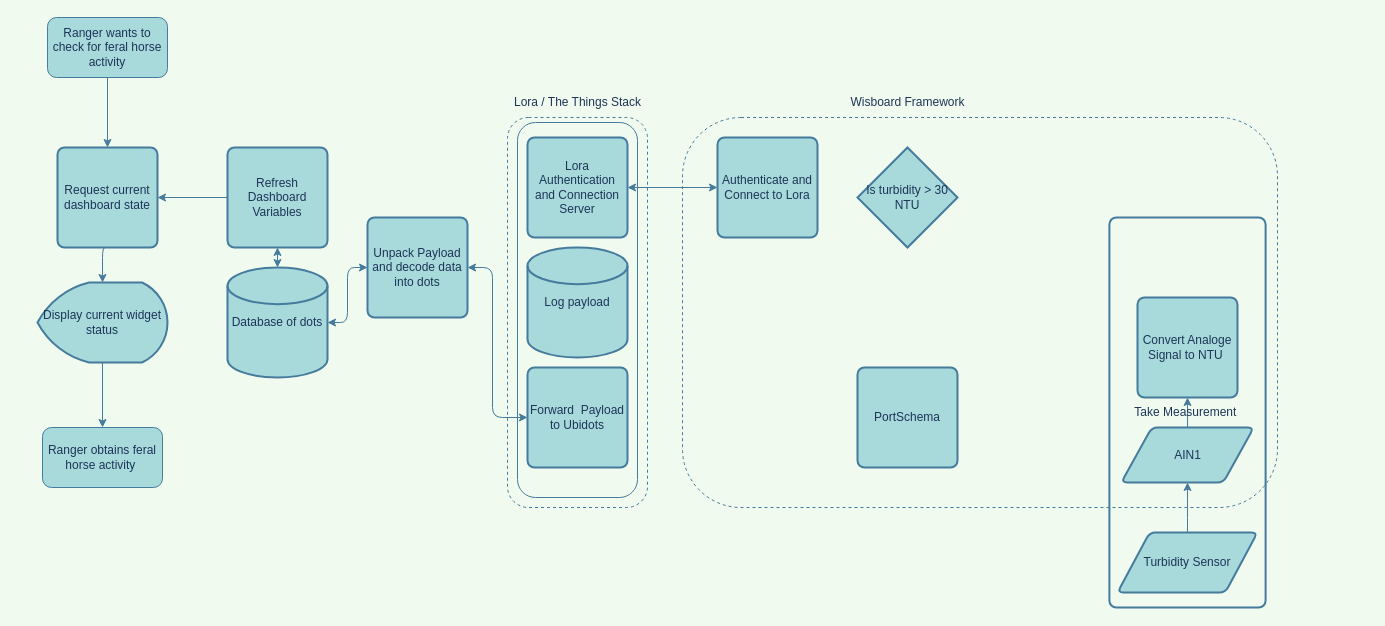
Above: BlockDiagram.drawio in trashmode/DESN2000 (draw.io), before the change. Source tidied: cells renumbered, new cells numbered last; positions are measured from the earlier drawing's top-left corner, leaving out a move shared by most shapes. Both pictures are drawn from the tidied source at 100%, with x=0, y=0 at pixel (37, 17).
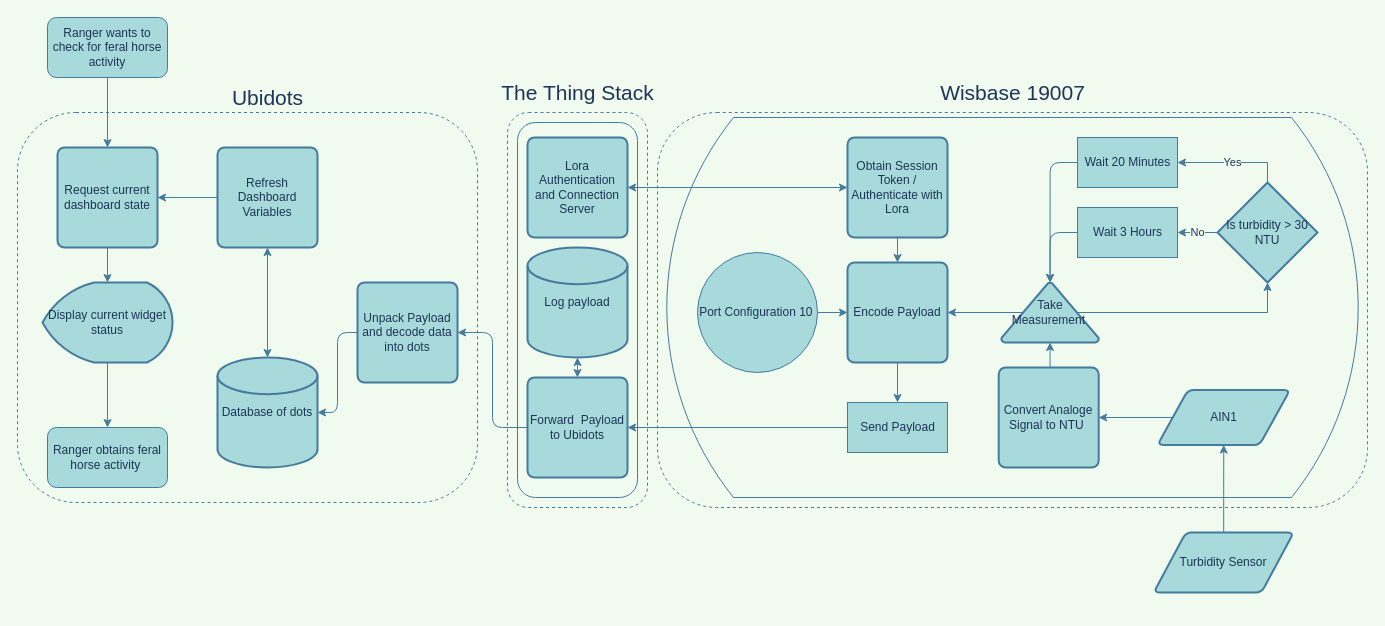
After the change.

Unchanged cells that the change refers to:
```xml
<mxCell id="17" value="Lora Authentication and Connection Server" style="rounded=1;whiteSpace=wrap;html=1;absoluteArcSize=1;arcSize=14;strokeWidth=2;fillColor=#A8DADC;strokeColor=#457B9D;fontColor=#1D3557;" parent="1" vertex="1">
  <mxGeometry x="490" y="120" width="100" height="100" as="geometry" />
</mxCell>
<mxCell id="18" value="Log payload" style="strokeWidth=2;html=1;shape=mxgraph.flowchart.database;whiteSpace=wrap;fillColor=#A8DADC;strokeColor=#457B9D;fontColor=#1D3557;rounded=1;" parent="1" vertex="1">
  <mxGeometry x="490" y="230" width="100" height="110" as="geometry" />
</mxCell>
```

Change to the diagram source:
```diff
@@
+    <mxCell id="35" style="rounded=1;whiteSpace=wrap;html=1;dashed=1;fillColor=none;strokeColor=#457B9D;fontColor=#1D3557;arcSize=15;" parent="1" vertex="1">
+      <mxGeometry x="-20" y="95" width="460" height="390" as="geometry" />
+    </mxCell>
+    <mxCell id="36" style="html=1;dashed=0;whitespace=wrap;shape=mxgraph.dfd.loop;labelBackgroundColor=none;strokeColor=#457B9D;fontColor=#1D3557;fillColor=none;sketch=0;" parent="1" vertex="1">
+      <mxGeometry x="620" y="100" width="710" height="380" as="geometry" />
+    </mxCell>
     <mxCell id="2" style="rounded=1;whiteSpace=wrap;html=1;dashed=1;fillColor=none;strokeColor=#457B9D;fontColor=#1D3557;" parent="1" vertex="1">
-      <mxGeometry x="470" y="100" width="140" height="390" as="geometry" />
+      <mxGeometry x="470" y="95" width="140" height="395" as="geometry" />
     </mxCell>
@@
     <mxCell id="4" style="rounded=1;whiteSpace=wrap;html=1;dashed=1;fillColor=none;strokeColor=#457B9D;fontColor=#1D3557;" parent="1" vertex="1">
-      <mxGeometry x="645" y="100" width="595" height="390" as="geometry" />
+      <mxGeometry x="620" y="95" width="710" height="395" as="geometry" />
     </mxCell>
@@
     <mxCell id="8" value="Refresh Dashboard Variables" style="rounded=1;whiteSpace=wrap;html=1;absoluteArcSize=1;arcSize=14;strokeWidth=2;fillColor=#A8DADC;strokeColor=#457B9D;fontColor=#1D3557;" parent="1" vertex="1">
-      <mxGeometry x="190" y="130" width="100" height="100" as="geometry" />
+      <mxGeometry x="180" y="130" width="100" height="100" as="geometry" />
     </mxCell>
@@
     <mxCell id="10" value="Display current widget status" style="strokeWidth=2;html=1;shape=mxgraph.flowchart.display;whiteSpace=wrap;fillColor=#A8DADC;strokeColor=#457B9D;fontColor=#1D3557;rounded=1;" parent="1" vertex="1">
-      <mxGeometry y="265" width="130" height="80" as="geometry" />
+      <mxGeometry x="5" y="265" width="130" height="80" as="geometry" />
     </mxCell>
@@
     <mxCell id="14" value="Database of dots" style="strokeWidth=2;html=1;shape=mxgraph.flowchart.database;whiteSpace=wrap;fillColor=#A8DADC;strokeColor=#457B9D;fontColor=#1D3557;rounded=1;" parent="1" vertex="1">
-      <mxGeometry x="190" y="250" width="100" height="110" as="geometry" />
+      <mxGeometry x="180" y="340" width="100" height="110" as="geometry" />
     </mxCell>
-    <mxCell id="15" style="edgeStyle=orthogonalEdgeStyle;rounded=1;jettySize=auto;html=1;exitX=0;exitY=0.5;exitDx=0;exitDy=0;entryX=1;entryY=0.5;entryDx=0;entryDy=0;entryPerimeter=0;startArrow=classic;startFill=1;labelBackgroundColor=#F1FAEE;strokeColor=#457B9D;fontColor=#1D3557;" parent="1" edge="1" source="16" target="14">
+    <mxCell id="15" style="edgeStyle=orthogonalEdgeStyle;rounded=1;jettySize=auto;html=1;exitX=0;exitY=0.5;exitDx=0;exitDy=0;entryX=1;entryY=0.5;entryDx=0;entryDy=0;entryPerimeter=0;startArrow=none;startFill=0;labelBackgroundColor=#F1FAEE;strokeColor=#457B9D;fontColor=#1D3557;" parent="1" edge="1" source="16" target="14">
       <mxGeometry relative="1" as="geometry" />
     </mxCell>
     <mxCell id="16" value="Unpack Payload and decode data into dots" style="rounded=1;whiteSpace=wrap;html=1;absoluteArcSize=1;arcSize=14;strokeWidth=2;fillColor=#A8DADC;strokeColor=#457B9D;fontColor=#1D3557;" parent="1" vertex="1">
-      <mxGeometry x="330" y="200" width="100" height="100" as="geometry" />
+      <mxGeometry x="320" y="265" width="100" height="100" as="geometry" />
     </mxCell>
@@
-    <mxCell id="19" value="PortSchema" style="rounded=1;whiteSpace=wrap;html=1;absoluteArcSize=1;arcSize=14;strokeWidth=2;fillColor=#A8DADC;strokeColor=#457B9D;fontColor=#1D3557;" parent="1" vertex="1">
-      <mxGeometry x="820" y="350" width="100" height="100" as="geometry" />
-    </mxCell>
-    <mxCell id="20" style="edgeStyle=orthogonalEdgeStyle;rounded=0;jettySize=auto;html=1;exitX=0;exitY=0.5;exitDx=0;exitDy=0;entryX=1;entryY=0.5;entryDx=0;entryDy=0;strokeColor=#457B9D;fontColor=#1D3557;fillColor=#A8DADC;startArrow=classic;startFill=1;" parent="1" edge="1" source="21" target="17">
+    <mxCell id="20" style="edgeStyle=orthogonalEdgeStyle;rounded=0;jettySize=auto;html=1;exitX=0;exitY=0.5;exitDx=0;exitDy=0;entryX=1;entryY=0.5;entryDx=0;entryDy=0;strokeColor=#457B9D;fontColor=#1D3557;fillColor=#A8DADC;startArrow=classic;startFill=1;labelBackgroundColor=#F1FAEE;" parent="1" edge="1" source="21" target="17">
       <mxGeometry relative="1" as="geometry" />
     </mxCell>
+    <mxCell id="37" style="edgeStyle=orthogonalEdgeStyle;rounded=0;jettySize=auto;html=1;exitX=0.5;exitY=1;exitDx=0;exitDy=0;entryX=0.5;entryY=0;entryDx=0;entryDy=0;strokeColor=#457B9D;fontColor=#1D3557;startArrow=none;startFill=0;fillColor=#A8DADC;labelBackgroundColor=#F1FAEE;" parent="1" edge="1" source="21" target="45">
+      <mxGeometry relative="1" as="geometry" />
+    </mxCell>
-    <mxCell id="21" value="Authenticate and Connect to Lora" style="rounded=1;whiteSpace=wrap;html=1;absoluteArcSize=1;arcSize=14;strokeWidth=2;fillColor=#A8DADC;strokeColor=#457B9D;fontColor=#1D3557;" parent="1" vertex="1">
-      <mxGeometry x="680" y="120" width="100" height="100" as="geometry" />
+    <mxCell id="21" value="Obtain Session Token / Authenticate with Lora" style="rounded=1;whiteSpace=wrap;html=1;absoluteArcSize=1;arcSize=14;strokeWidth=2;fillColor=#A8DADC;strokeColor=#457B9D;fontColor=#1D3557;" parent="1" vertex="1">
+      <mxGeometry x="810" y="120" width="100" height="100" as="geometry" />
     </mxCell>
+    <mxCell id="38" value="No" style="edgeStyle=orthogonalEdgeStyle;rounded=0;jettySize=auto;html=1;exitX=0;exitY=0.5;exitDx=0;exitDy=0;exitPerimeter=0;entryX=1;entryY=0.5;entryDx=0;entryDy=0;strokeColor=#457B9D;fontColor=#1D3557;startArrow=none;startFill=0;fillColor=#A8DADC;labelBackgroundColor=#F1FAEE;" parent="1" edge="1" source="22" target="51">
+      <mxGeometry relative="1" as="geometry" />
+    </mxCell>
+    <mxCell id="39" value="Yes" style="edgeStyle=orthogonalEdgeStyle;rounded=0;jettySize=auto;html=1;exitX=0.5;exitY=0;exitDx=0;exitDy=0;exitPerimeter=0;entryX=1;entryY=0.5;entryDx=0;entryDy=0;strokeColor=#457B9D;fontColor=#1D3557;startArrow=none;startFill=0;fillColor=#A8DADC;labelBackgroundColor=#F1FAEE;" parent="1" edge="1" source="22" target="53">
+      <mxGeometry relative="1" as="geometry" />
+    </mxCell>
     <mxCell id="22" value="Is turbidity &amp;gt; 30 NTU" style="strokeWidth=2;html=1;shape=mxgraph.flowchart.decision;whiteSpace=wrap;fillColor=#A8DADC;strokeColor=#457B9D;fontColor=#1D3557;rounded=1;" parent="1" vertex="1">
-      <mxGeometry x="820" y="130" width="100" height="100" as="geometry" />
+      <mxGeometry x="1180" y="165" width="100" height="100" as="geometry" />
     </mxCell>
-    <mxCell id="23" style="edgeStyle=orthogonalEdgeStyle;rounded=1;jettySize=auto;html=1;exitX=0.5;exitY=0;exitDx=0;exitDy=0;entryX=0.5;entryY=1;entryDx=0;entryDy=0;labelBackgroundColor=#F1FAEE;strokeColor=#457B9D;fontColor=#1D3557;" parent="1" edge="1" source="24" target="32">
+    <mxCell id="23" style="edgeStyle=orthogonalEdgeStyle;rounded=0;jettySize=auto;html=1;exitX=0;exitY=0.5;exitDx=0;exitDy=0;entryX=1;entryY=0.5;entryDx=0;entryDy=0;strokeColor=#457B9D;fontColor=#1D3557;startArrow=none;startFill=0;fillColor=#A8DADC;labelBackgroundColor=#F1FAEE;" parent="1" edge="1" source="24" target="32">
       <mxGeometry relative="1" as="geometry" />
     </mxCell>
     <mxCell id="24" value="AIN1" style="shape=parallelogram;html=1;strokeWidth=2;perimeter=parallelogramPerimeter;whiteSpace=wrap;rounded=1;arcSize=12;size=0.23;fillColor=#A8DADC;strokeColor=#457B9D;fontColor=#1D3557;" parent="1" vertex="1">
-      <mxGeometry x="1083.8" y="410" width="132.5" height="55" as="geometry" />
+      <mxGeometry x="1120" y="372.5" width="132.5" height="55" as="geometry" />
     </mxCell>
-    <mxCell id="25" style="edgeStyle=orthogonalEdgeStyle;rounded=1;jettySize=auto;html=1;exitX=0.5;exitY=0;exitDx=0;exitDy=0;entryX=0.5;entryY=1;entryDx=0;entryDy=0;labelBackgroundColor=#F1FAEE;strokeColor=#457B9D;fontColor=#1D3557;" parent="1" edge="1" source="26" target="24">
+    <mxCell id="25" style="edgeStyle=orthogonalEdgeStyle;rounded=0;jettySize=auto;html=1;exitX=0.5;exitY=0;exitDx=0;exitDy=0;entryX=0.5;entryY=1;entryDx=0;entryDy=0;strokeColor=#457B9D;fontColor=#1D3557;startArrow=none;startFill=0;fillColor=#A8DADC;labelBackgroundColor=#F1FAEE;" parent="1" edge="1" source="26" target="24">
       <mxGeometry relative="1" as="geometry" />
     </mxCell>
     <mxCell id="26" value="Turbidity Sensor" style="shape=parallelogram;html=1;strokeWidth=2;perimeter=parallelogramPerimeter;whiteSpace=wrap;rounded=1;arcSize=12;size=0.23;fillColor=#A8DADC;strokeColor=#457B9D;fontColor=#1D3557;" parent="1" vertex="1">
-      <mxGeometry x="1080" y="515" width="140" height="60" as="geometry" />
+      <mxGeometry x="1116.2" y="515" width="140" height="60" as="geometry" />
     </mxCell>
@@
-    <mxCell id="28" style="edgeStyle=orthogonalEdgeStyle;rounded=1;jettySize=auto;html=1;exitX=0;exitY=0.5;exitDx=0;exitDy=0;entryX=1;entryY=0.5;entryDx=0;entryDy=0;startArrow=classic;startFill=1;labelBackgroundColor=#F1FAEE;strokeColor=#457B9D;fontColor=#1D3557;" parent="1" edge="1" source="34" target="16">
-      <mxGeometry relative="1" as="geometry">
-        <Array as="points">
-          <mxPoint x="455" y="400" />
-          <mxPoint x="455" y="250" />
-        </Array>
-      </mxGeometry>
-    </mxCell>
-    <mxCell id="29" value="Wisboard Framework" style="text;html=1;align=center;verticalAlign=middle;strokeColor=none;fillColor=none;fontColor=#1D3557;rounded=1;" parent="1" vertex="1">
-      <mxGeometry x="800" y="70" width="140" height="30" as="geometry" />
+    <mxCell id="29" value="&lt;font style=&quot;font-size: 21px;&quot;&gt;Wisbase 19007&lt;/font&gt;" style="text;html=1;align=center;verticalAlign=middle;strokeColor=none;fillColor=none;fontColor=#1D3557;rounded=1;" parent="1" vertex="1">
+      <mxGeometry x="890" y="55" width="170" height="40" as="geometry" />
     </mxCell>
-    <mxCell id="30" value="Lora / The Things Stack" style="text;html=1;align=center;verticalAlign=middle;strokeColor=none;fillColor=none;fontColor=#1D3557;rounded=1;" parent="1" vertex="1">
-      <mxGeometry x="465" y="70" width="150" height="30" as="geometry" />
+    <mxCell id="30" value="&lt;font style=&quot;font-size: 21px;&quot;&gt;The Thing Stack&lt;/font&gt;" style="text;html=1;align=center;verticalAlign=middle;strokeColor=none;fillColor=none;fontColor=#1D3557;rounded=1;" parent="1" vertex="1">
+      <mxGeometry x="450" y="55" width="180" height="40" as="geometry" />
     </mxCell>
     <mxCell id="31" value="Ranger obtains feral horse activity&amp;nbsp;" style="rounded=1;whiteSpace=wrap;html=1;fillColor=#A8DADC;strokeColor=#457B9D;fontColor=#1D3557;" parent="1" vertex="1">
-      <mxGeometry x="5" y="410" width="120" height="60" as="geometry" />
+      <mxGeometry x="10" y="410" width="120" height="60" as="geometry" />
     </mxCell>
+    <mxCell id="40" style="edgeStyle=orthogonalEdgeStyle;rounded=0;jettySize=auto;html=1;exitX=0.5;exitY=0;exitDx=0;exitDy=0;entryX=0.5;entryY=1;entryDx=0;entryDy=0;entryPerimeter=0;strokeColor=#457B9D;fontColor=#1D3557;startArrow=none;startFill=0;fillColor=#A8DADC;labelBackgroundColor=#F1FAEE;" parent="1" edge="1" source="32" target="33">
+      <mxGeometry relative="1" as="geometry" />
+    </mxCell>
     <mxCell id="32" value="Convert Analoge Signal to NTU&amp;nbsp;" style="rounded=1;whiteSpace=wrap;html=1;absoluteArcSize=1;arcSize=14;strokeWidth=2;fillColor=#A8DADC;strokeColor=#457B9D;fontColor=#1D3557;" parent="1" vertex="1">
-      <mxGeometry x="1100" y="280" width="100" height="100" as="geometry" />
+      <mxGeometry x="961.2" y="350" width="100" height="100" as="geometry" />
     </mxCell>
+    <mxCell id="41" style="edgeStyle=orthogonalEdgeStyle;rounded=0;jettySize=auto;html=1;exitX=0.5;exitY=0;exitDx=0;exitDy=0;entryX=0.5;entryY=1;entryDx=0;entryDy=0;entryPerimeter=0;strokeColor=#457B9D;fontColor=#1D3557;startArrow=classic;startFill=1;fillColor=#A8DADC;labelBackgroundColor=#F1FAEE;" parent="1" edge="1" source="34" target="18">
+      <mxGeometry relative="1" as="geometry" />
+    </mxCell>
+    <mxCell id="28" style="edgeStyle=orthogonalEdgeStyle;rounded=1;jettySize=auto;html=1;exitX=0;exitY=0.5;exitDx=0;exitDy=0;entryX=1;entryY=0.5;entryDx=0;entryDy=0;strokeColor=#457B9D;fontColor=#1D3557;fillColor=#A8DADC;" parent="1" edge="1" source="34" target="16">
+      <mxGeometry relative="1" as="geometry" />
+    </mxCell>
+    <mxCell id="34" value="Forward &amp;nbsp;Payload to Ubidots" style="rounded=1;whiteSpace=wrap;html=1;absoluteArcSize=1;arcSize=14;strokeWidth=2;fillColor=#A8DADC;strokeColor=#457B9D;fontColor=#1D3557;" parent="1" vertex="1">
+      <mxGeometry x="490" y="360" width="100" height="100" as="geometry" />
+    </mxCell>
+    <mxCell id="42" style="edgeStyle=orthogonalEdgeStyle;rounded=0;jettySize=auto;html=1;exitX=0.22;exitY=0.5;exitDx=0;exitDy=0;exitPerimeter=0;entryX=1;entryY=0.5;entryDx=0;entryDy=0;strokeColor=#457B9D;fontColor=#1D3557;startArrow=none;startFill=0;fillColor=#A8DADC;labelBackgroundColor=#F1FAEE;" parent="1" edge="1" source="33" target="45">
+      <mxGeometry relative="1" as="geometry" />
+    </mxCell>
+    <mxCell id="43" style="edgeStyle=orthogonalEdgeStyle;rounded=0;jettySize=auto;html=1;exitX=0.78;exitY=0.5;exitDx=0;exitDy=0;exitPerimeter=0;entryX=0.5;entryY=1;entryDx=0;entryDy=0;entryPerimeter=0;strokeColor=#457B9D;fontColor=#1D3557;startArrow=none;startFill=0;fillColor=#A8DADC;labelBackgroundColor=#F1FAEE;" parent="1" edge="1" source="33" target="22">
+      <mxGeometry relative="1" as="geometry" />
+    </mxCell>
-    <mxCell id="33" value="Take Measurement&amp;nbsp;" style="rounded=1;whiteSpace=wrap;html=1;absoluteArcSize=1;arcSize=14;strokeWidth=2;fillColor=none;strokeColor=#457B9D;fontColor=#1D3557;" parent="1" vertex="1">
-      <mxGeometry x="1071.9" y="200" width="156.2" height="390" as="geometry" />
+    <mxCell id="33" value="&lt;span style=&quot;caret-color: rgb(29, 53, 87); color: rgb(29, 53, 87); font-family: Helvetica; font-size: 12px; font-style: normal; font-variant-caps: normal; font-weight: 400; letter-spacing: normal; text-align: center; text-indent: 0px; text-transform: none; word-spacing: 0px; -webkit-text-stroke-width: 0px; text-decoration: none; float: none; display: inline !important;&quot;&gt;Take Measurement&amp;nbsp;&lt;/span&gt;" style="strokeWidth=2;html=1;shape=mxgraph.flowchart.extract_or_measurement;whiteSpace=wrap;strokeColor=#457B9D;fontColor=#1D3557;fillColor=#A8DADC;labelBackgroundColor=none;" parent="1" vertex="1">
+      <mxGeometry x="963.8" y="265" width="97.5" height="60" as="geometry" />
     </mxCell>
-    <mxCell id="34" value="Forward &amp;nbsp;Payload to Ubidots" style="rounded=1;whiteSpace=wrap;html=1;absoluteArcSize=1;arcSize=14;strokeWidth=2;fillColor=#A8DADC;strokeColor=#457B9D;fontColor=#1D3557;" parent="1" vertex="1">
-      <mxGeometry x="490" y="350" width="100" height="100" as="geometry" />
-    </mxCell>
+    <mxCell id="44" style="edgeStyle=orthogonalEdgeStyle;rounded=0;jettySize=auto;html=1;exitX=0.5;exitY=1;exitDx=0;exitDy=0;entryX=0.5;entryY=0;entryDx=0;entryDy=0;strokeColor=#457B9D;fontColor=#1D3557;startArrow=none;startFill=0;fillColor=#A8DADC;labelBackgroundColor=#F1FAEE;" parent="1" edge="1" source="45" target="47">
+      <mxGeometry relative="1" as="geometry" />
+    </mxCell>
+    <mxCell id="45" value="Encode Payload" style="rounded=1;whiteSpace=wrap;html=1;absoluteArcSize=1;arcSize=14;strokeWidth=2;labelBackgroundColor=none;strokeColor=#457B9D;fontColor=#1D3557;fillColor=#A8DADC;" parent="1" vertex="1">
+      <mxGeometry x="810" y="245" width="100" height="100" as="geometry" />
+    </mxCell>
+    <mxCell id="46" style="edgeStyle=orthogonalEdgeStyle;rounded=0;jettySize=auto;html=1;exitX=0;exitY=0.5;exitDx=0;exitDy=0;entryX=1;entryY=0.5;entryDx=0;entryDy=0;strokeColor=#457B9D;fontColor=#1D3557;startArrow=none;startFill=0;fillColor=#A8DADC;labelBackgroundColor=#F1FAEE;" parent="1" edge="1" source="47" target="34">
+      <mxGeometry relative="1" as="geometry" />
+    </mxCell>
+    <mxCell id="47" value="Send Payload" style="html=1;dashed=0;whitespace=wrap;labelBackgroundColor=none;strokeColor=#457B9D;fontColor=#1D3557;fillColor=#A8DADC;" parent="1" vertex="1">
+      <mxGeometry x="810" y="385" width="100" height="50" as="geometry" />
+    </mxCell>
+    <mxCell id="48" style="edgeStyle=orthogonalEdgeStyle;rounded=0;jettySize=auto;html=1;exitX=1;exitY=0.5;exitDx=0;exitDy=0;entryX=0;entryY=0.5;entryDx=0;entryDy=0;strokeColor=#457B9D;fontColor=#1D3557;startArrow=none;startFill=0;fillColor=#A8DADC;labelBackgroundColor=#F1FAEE;" parent="1" edge="1" source="49" target="45">
+      <mxGeometry relative="1" as="geometry" />
+    </mxCell>
+    <mxCell id="49" value="Port Configuration 10&amp;nbsp;" style="shape=ellipse;html=1;dashed=0;whitespace=wrap;perimeter=ellipsePerimeter;labelBackgroundColor=none;strokeColor=#457B9D;fontColor=#1D3557;fillColor=#A8DADC;" parent="1" vertex="1">
+      <mxGeometry x="660" y="235" width="120" height="120" as="geometry" />
+    </mxCell>
+    <mxCell id="50" style="edgeStyle=orthogonalEdgeStyle;rounded=1;jettySize=auto;html=1;exitX=0;exitY=0.5;exitDx=0;exitDy=0;entryX=0.5;entryY=0;entryDx=0;entryDy=0;entryPerimeter=0;strokeColor=#457B9D;fontSize=21;fontColor=#1D3557;fillColor=#A8DADC;" parent="1" edge="1" source="51" target="33">
+      <mxGeometry relative="1" as="geometry" />
+    </mxCell>
+    <mxCell id="51" value="Wait 3 Hours" style="html=1;dashed=0;whitespace=wrap;labelBackgroundColor=none;sketch=0;strokeColor=#457B9D;fontColor=#1D3557;fillColor=#A8DADC;" parent="1" vertex="1">
+      <mxGeometry x="1040" y="190" width="100" height="50" as="geometry" />
+    </mxCell>
+    <mxCell id="52" style="edgeStyle=orthogonalEdgeStyle;rounded=1;jettySize=auto;html=1;exitX=0;exitY=0.5;exitDx=0;exitDy=0;entryX=0.5;entryY=0;entryDx=0;entryDy=0;entryPerimeter=0;strokeColor=#457B9D;fontSize=21;fontColor=#1D3557;fillColor=#A8DADC;" parent="1" edge="1" source="53" target="33">
+      <mxGeometry relative="1" as="geometry" />
+    </mxCell>
+    <mxCell id="53" value="Wait 20 Minutes" style="html=1;dashed=0;whitespace=wrap;labelBackgroundColor=none;sketch=0;strokeColor=#457B9D;fontColor=#1D3557;fillColor=#A8DADC;" parent="1" vertex="1">
+      <mxGeometry x="1040" y="120" width="100" height="50" as="geometry" />
+    </mxCell>
+    <mxCell id="54" value="&lt;font style=&quot;font-size: 21px;&quot;&gt;Ubidots&lt;/font&gt;" style="text;html=1;align=center;verticalAlign=middle;strokeColor=none;fillColor=none;fontColor=#1D3557;" parent="1" vertex="1">
+      <mxGeometry x="185" y="60" width="90" height="40" as="geometry" />
+    </mxCell>
```
